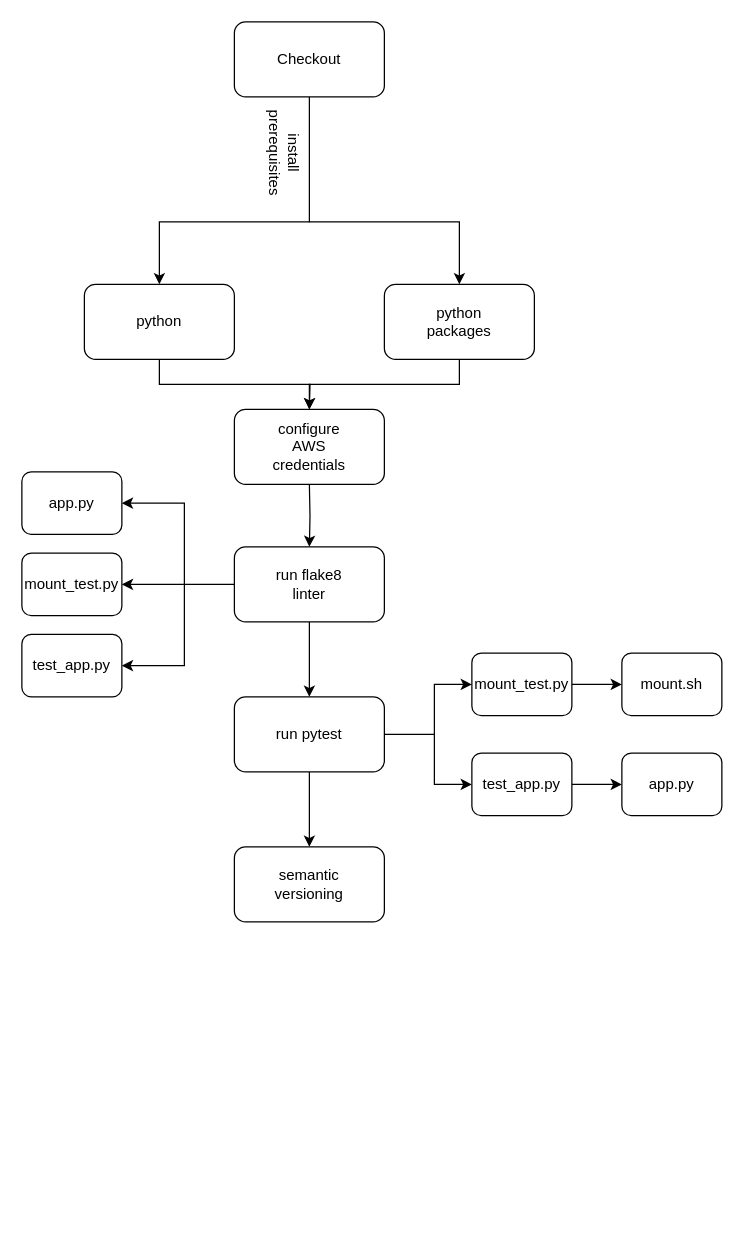
The draw.io diagram Diagrams/CI.drawio in shiri2001/training, before the edit. Source tidied: cells renumbered, new cells numbered last; positions are measured from the earlier drawing's top-left corner, leaving out a move shared by most shapes. Both pictures are drawn from the tidied source at 125%, with x=0, y=0 at pixel (21, 21).
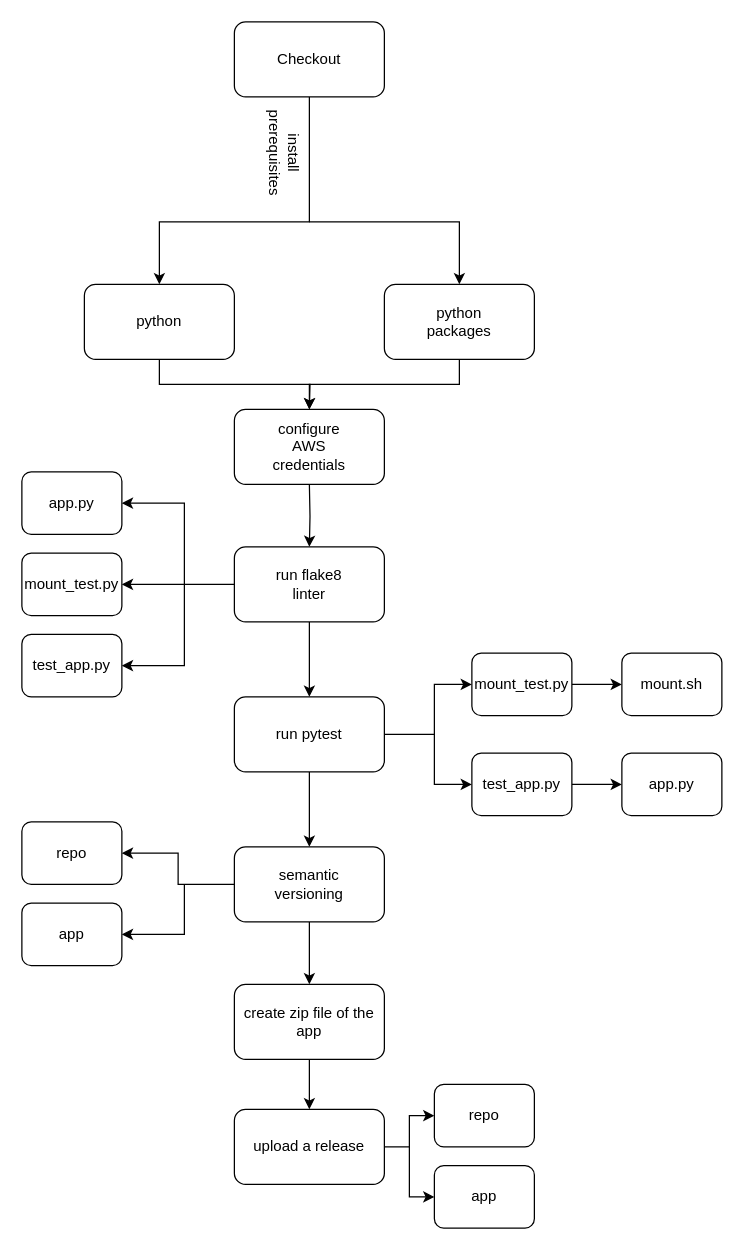
The same page after the edit.

The change refers to these unchanged cells:
```xml
<mxCell id="50" style="rounded=1;whiteSpace=wrap;html=1;" parent="1" vertex="1">
  <mxGeometry x="170" y="660" width="120" height="60" as="geometry" />
</mxCell>
```

What changed in the source:
```diff
@@
+    <mxCell id="52" style="edgeStyle=orthogonalEdgeStyle;rounded=0;jettySize=auto;html=1;exitX=0;exitY=0.5;exitDx=0;exitDy=0;entryX=1;entryY=0.5;entryDx=0;entryDy=0;" parent="1" edge="1" source="50" target="55">
+      <mxGeometry relative="1" as="geometry" />
+    </mxCell>
+    <mxCell id="53" style="edgeStyle=orthogonalEdgeStyle;rounded=0;jettySize=auto;html=1;exitX=0.5;exitY=1;exitDx=0;exitDy=0;entryX=0.5;entryY=0;entryDx=0;entryDy=0;" parent="1" edge="1" source="50" target="62">
+      <mxGeometry relative="1" as="geometry" />
+    </mxCell>
@@
+    <mxCell id="54" style="group;" parent="1" vertex="1">
+      <mxGeometry y="640" width="80" height="50" as="geometry" />
+    </mxCell>
+    <mxCell id="55" style="rounded=1;whiteSpace=wrap;html=1;" parent="54" vertex="1">
+      <mxGeometry width="80" height="50" as="geometry" />
+    </mxCell>
+    <mxCell id="56" value="repo" style="text;html=1;strokeColor=none;fillColor=none;align=center;verticalAlign=middle;whiteSpace=wrap;rounded=0;" parent="54" vertex="1">
+      <mxGeometry x="20" y="12.5" width="40" height="25" as="geometry" />
+    </mxCell>
+    <mxCell id="57" style="group;" parent="1" vertex="1">
+      <mxGeometry y="705" width="80" height="50" as="geometry" />
+    </mxCell>
+    <mxCell id="58" style="rounded=1;whiteSpace=wrap;html=1;" parent="57" vertex="1">
+      <mxGeometry width="80" height="50" as="geometry" />
+    </mxCell>
+    <mxCell id="59" value="app" style="text;html=1;strokeColor=none;fillColor=none;align=center;verticalAlign=middle;whiteSpace=wrap;rounded=0;" parent="57" vertex="1">
+      <mxGeometry x="20" y="12.5" width="40" height="25" as="geometry" />
+    </mxCell>
+    <mxCell id="60" style="endArrow=classic;html=1;rounded=0;entryX=1;entryY=0.5;entryDx=0;entryDy=0;" parent="1" edge="1" target="58">
+      <mxGeometry relative="1" as="geometry">
+        <mxPoint x="130" y="690" as="sourcePoint" />
+        <Array as="points">
+          <mxPoint x="130" y="730" />
+        </Array>
+      </mxGeometry>
+    </mxCell>
+    <mxCell id="61" style="edgeStyle=orthogonalEdgeStyle;rounded=0;jettySize=auto;html=1;exitX=0.5;exitY=1;exitDx=0;exitDy=0;entryX=0.5;entryY=0;entryDx=0;entryDy=0;" parent="1" edge="1" source="62" target="64">
+      <mxGeometry relative="1" as="geometry" />
+    </mxCell>
+    <mxCell id="62" value="create zip file of the app" style="rounded=1;whiteSpace=wrap;html=1;" parent="1" vertex="1">
+      <mxGeometry x="170" y="770" width="120" height="60" as="geometry" />
+    </mxCell>
+    <mxCell id="63" style="edgeStyle=orthogonalEdgeStyle;rounded=0;jettySize=auto;html=1;exitX=1;exitY=0.5;exitDx=0;exitDy=0;entryX=0;entryY=0.5;entryDx=0;entryDy=0;" parent="1" edge="1" source="64" target="66">
+      <mxGeometry relative="1" as="geometry" />
+    </mxCell>
+    <mxCell id="64" value="upload a release" style="rounded=1;whiteSpace=wrap;html=1;" parent="1" vertex="1">
+      <mxGeometry x="170" y="870" width="120" height="60" as="geometry" />
+    </mxCell>
+    <mxCell id="65" style="group;" parent="1" vertex="1">
+      <mxGeometry x="330" y="850" width="80" height="50" as="geometry" />
+    </mxCell>
+    <mxCell id="66" style="rounded=1;whiteSpace=wrap;html=1;" parent="65" vertex="1">
+      <mxGeometry width="80" height="50" as="geometry" />
+    </mxCell>
+    <mxCell id="67" value="repo" style="text;html=1;strokeColor=none;fillColor=none;align=center;verticalAlign=middle;whiteSpace=wrap;rounded=0;" parent="65" vertex="1">
+      <mxGeometry x="20" y="12.5" width="40" height="25" as="geometry" />
+    </mxCell>
+    <mxCell id="68" style="group;" parent="1" vertex="1">
+      <mxGeometry x="330" y="915" width="80" height="50" as="geometry" />
+    </mxCell>
+    <mxCell id="69" style="rounded=1;whiteSpace=wrap;html=1;" parent="68" vertex="1">
+      <mxGeometry width="80" height="50" as="geometry" />
+    </mxCell>
+    <mxCell id="70" value="app" style="text;html=1;strokeColor=none;fillColor=none;align=center;verticalAlign=middle;whiteSpace=wrap;rounded=0;" parent="68" vertex="1">
+      <mxGeometry x="20" y="12.5" width="40" height="25" as="geometry" />
+    </mxCell>
+    <mxCell id="71" style="endArrow=classic;html=1;rounded=0;entryX=0;entryY=0.5;entryDx=0;entryDy=0;" parent="1" edge="1" target="69">
+      <mxGeometry relative="1" as="geometry">
+        <mxPoint x="310" y="900" as="sourcePoint" />
+        <Array as="points">
+          <mxPoint x="310" y="940" />
+        </Array>
+      </mxGeometry>
+    </mxCell>
```
